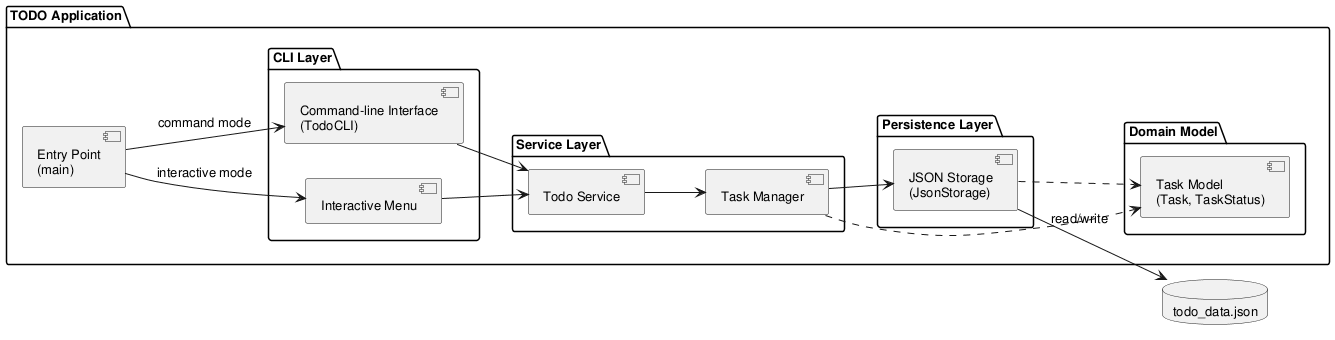
Earlier version of the PlantUML export experiments/pipeline/test_driven/TODO/artifacts/component_diagram.png (DanielRiha8906/Software_autoevolution_using_agents). The source it was exported from:
```plantuml
@startuml component_diagram

skinparam componentStyle uml2
skinparam defaultFontSize 13

left to right direction

package "TODO Application" {

    component "Entry Point\n(main)" as Main

    package "CLI Layer" {
        component "Interactive Menu" as IM
        component "Command-line Interface\n(TodoCLI)" as CLI
    }

    package "Service Layer" {
        component "Todo Service" as SVC
        component "Task Manager" as MGR
    }

    package "Domain Model" {
        component "Task Model\n(Task, TaskStatus)" as Model
    }

    package "Persistence Layer" {
        component "JSON Storage\n(JsonStorage)" as Storage
    }
}

database "todo_data.json" as DB

Main --> IM : interactive mode
Main --> CLI : command mode

IM --> SVC
CLI --> SVC

SVC --> MGR
MGR --> Storage
MGR ..> Model
Storage ..> Model

Storage --> DB : read/write

@enduml
```
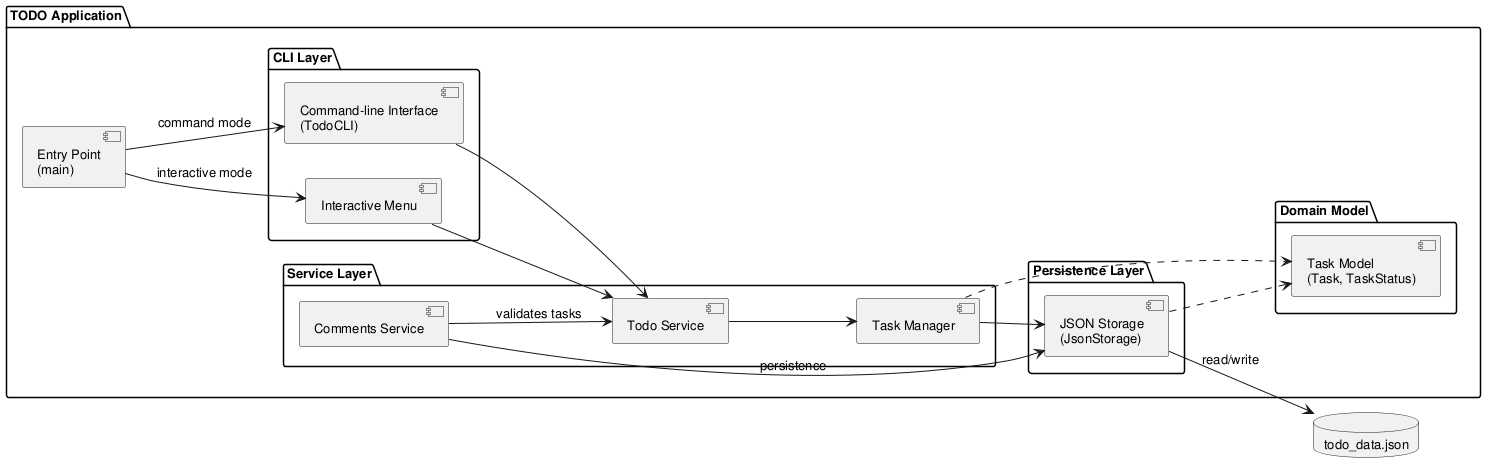
The same file after the commit.

Change to the diagram source:
```diff
@@ -17,6 +17,7 @@
     package "Service Layer" {
         component "Todo Service" as SVC
         component "Task Manager" as MGR
+        component "Comments Service" as CSVC
     }
 
     package "Domain Model" {
@@ -37,6 +38,8 @@
 CLI --> SVC
 
 SVC --> MGR
+CSVC --> SVC : validates tasks
+CSVC --> Storage : persistence
 MGR --> Storage
 MGR ..> Model
 Storage ..> Model
```
